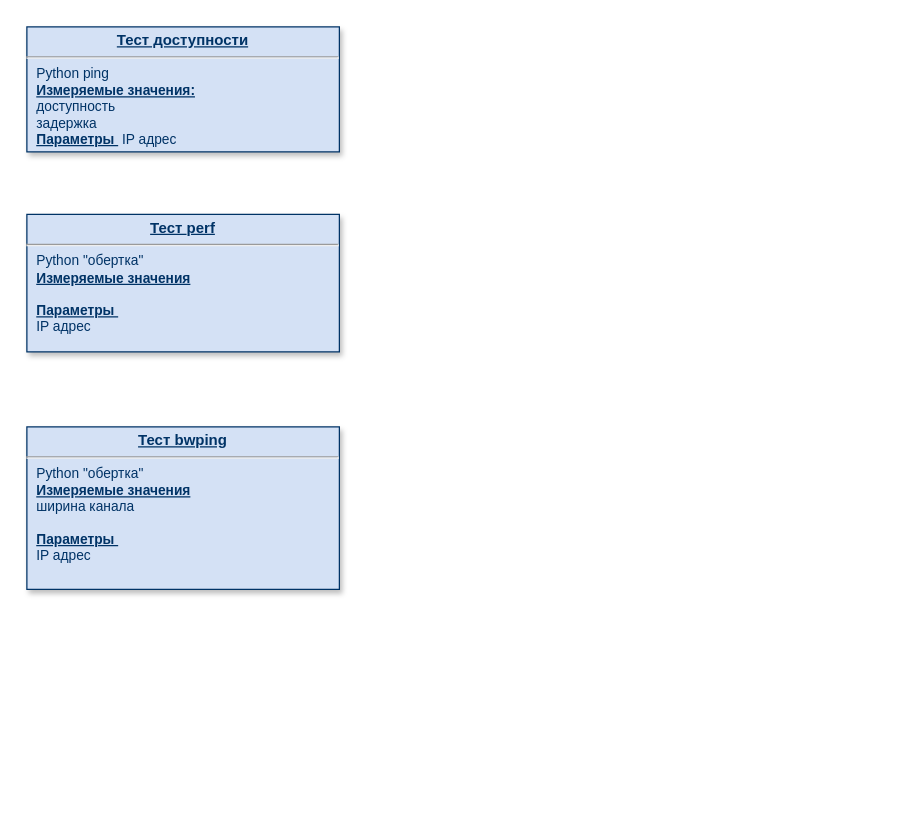
Before: page "Tests Descr" (3 of 3) of Probe_structure.drawio in AndrewGlushchenko/Rest-APU-Py, a draw.io diagram. Source tidied: cells renumbered, new cells numbered last; positions are measured from the earlier drawing's top-left corner, leaving out a move shared by most shapes. Both pictures are drawn from the tidied source at 125%, with x=0, y=0 at pixel (26, 26).
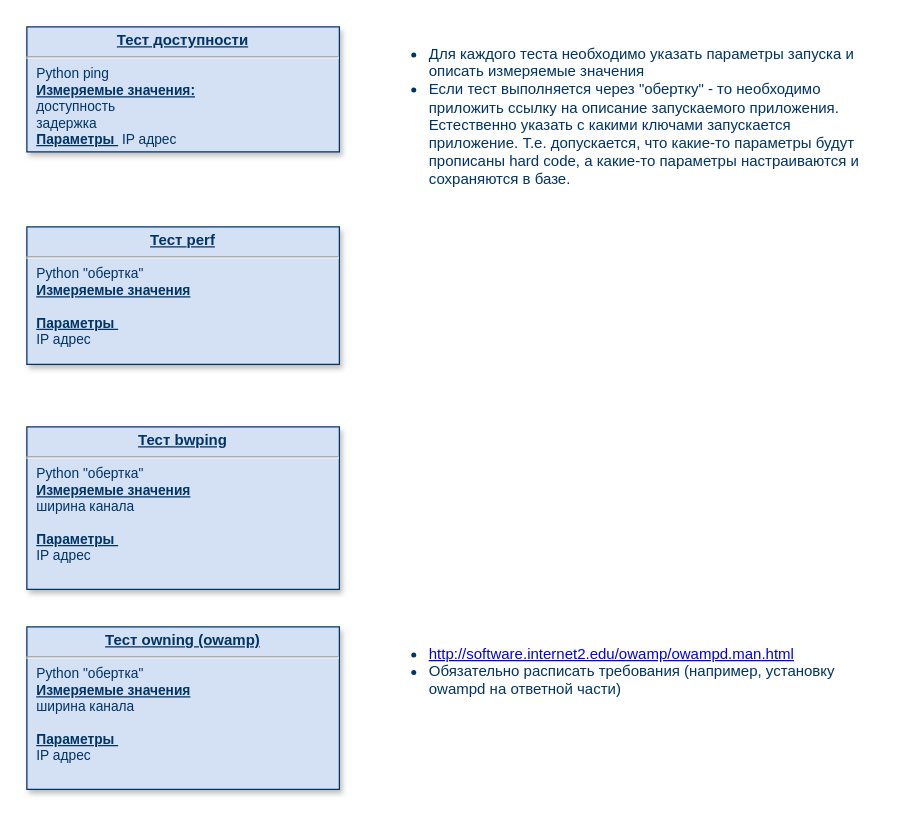
After the change.

What changed in the source:
```diff
@@
 <mxGraphModel>
   <root>
     <mxCell id="0" />
     <mxCell id="1" parent="0" />
     <mxCell id="2" value="&lt;p style=&quot;margin: 0px ; margin-top: 4px ; text-align: center ; text-decoration: underline&quot;&gt;&lt;b&gt;Тест доступности&lt;/b&gt;&lt;/p&gt;&lt;hr style=&quot;font-size: 11px&quot;&gt;&lt;p style=&quot;margin: 0px 0px 0px 8px ; font-size: 11px&quot;&gt;&lt;font style=&quot;font-size: 11px&quot;&gt;Python ping&amp;nbsp;&lt;/font&gt;&lt;/p&gt;&lt;p style=&quot;margin: 0px 0px 0px 8px ; font-size: 11px&quot;&gt;&lt;u&gt;&lt;b&gt;Измеряемые значения:&lt;/b&gt;&lt;/u&gt;&lt;/p&gt;&lt;p style=&quot;margin: 0px 0px 0px 8px ; font-size: 11px&quot;&gt;доступность&amp;nbsp;&lt;/p&gt;&lt;p style=&quot;margin: 0px 0px 0px 8px ; font-size: 11px&quot;&gt;&lt;font style=&quot;font-size: 11px&quot;&gt;задержка&lt;/font&gt;&lt;/p&gt;&lt;p style=&quot;margin: 0px 0px 0px 8px ; font-size: 11px&quot;&gt;&lt;font style=&quot;font-size: 11px&quot;&gt;&lt;b style=&quot;text-decoration: underline&quot;&gt;Параметры &lt;/b&gt;&amp;nbsp;IP адрес&lt;/font&gt;&lt;/p&gt;" style="verticalAlign=top;align=left;overflow=fill;fontSize=12;fontFamily=Helvetica;html=1;strokeColor=#003366;shadow=1;fillColor=#D4E1F5;fontColor=#003366;" parent="1" vertex="1">
       <mxGeometry width="250" height="100" as="geometry" />
     </mxCell>
     <mxCell id="3" value="&lt;p style=&quot;margin: 4px 0px 0px ; text-align: center&quot;&gt;&lt;b style=&quot;text-decoration: underline&quot;&gt;Тест&amp;nbsp;&lt;/b&gt;&lt;b&gt;&lt;u&gt;perf&lt;/u&gt;&lt;/b&gt;&lt;/p&gt;&lt;hr style=&quot;font-size: 11px&quot;&gt;&lt;p style=&quot;margin: 0px 0px 0px 8px ; font-size: 11px&quot;&gt;&lt;font style=&quot;font-size: 11px&quot;&gt;Python &quot;обертка&quot;&amp;nbsp;&lt;/font&gt;&lt;/p&gt;&lt;p style=&quot;margin: 0px 0px 0px 8px ; font-size: 11px&quot;&gt;&lt;u&gt;&lt;b&gt;Измеряемые значения&lt;/b&gt;&lt;/u&gt;&lt;/p&gt;&lt;p style=&quot;margin: 0px 0px 0px 8px ; font-size: 11px&quot;&gt;&lt;b style=&quot;text-decoration: underline&quot;&gt;&lt;br&gt;&lt;/b&gt;&lt;/p&gt;&lt;p style=&quot;margin: 0px 0px 0px 8px ; font-size: 11px&quot;&gt;&lt;b style=&quot;text-decoration: underline&quot;&gt;Параметры &lt;/b&gt;&amp;nbsp;&lt;/p&gt;&lt;p style=&quot;margin: 0px 0px 0px 8px ; font-size: 11px&quot;&gt;IP адрес&lt;br&gt;&lt;/p&gt;" style="verticalAlign=top;align=left;overflow=fill;fontSize=12;fontFamily=Helvetica;html=1;strokeColor=#003366;shadow=1;fillColor=#D4E1F5;fontColor=#003366;" parent="1" vertex="1">
-      <mxGeometry y="150" width="250" height="110" as="geometry" />
+      <mxGeometry y="160" width="250" height="110" as="geometry" />
     </mxCell>
     <mxCell id="4" value="&lt;p style=&quot;margin: 0px ; margin-top: 4px ; text-align: center ; text-decoration: underline&quot;&gt;&lt;b&gt;Тест bwping&lt;/b&gt;&lt;/p&gt;&lt;hr style=&quot;font-size: 11px&quot;&gt;&lt;p style=&quot;margin: 0px 0px 0px 8px ; font-size: 11px&quot;&gt;Python &quot;обертка&quot;&amp;nbsp;&lt;/p&gt;&lt;p style=&quot;margin: 0px 0px 0px 8px ; font-size: 11px&quot;&gt;&lt;u&gt;&lt;b&gt;Измеряемые значения&lt;/b&gt;&lt;/u&gt;&lt;/p&gt;&lt;p style=&quot;margin: 0px 0px 0px 8px ; font-size: 11px&quot;&gt;ширина канала&lt;/p&gt;&lt;p style=&quot;margin: 0px 0px 0px 8px ; font-size: 11px&quot;&gt;&lt;u&gt;&lt;b&gt;&lt;br&gt;&lt;/b&gt;&lt;/u&gt;&lt;/p&gt;&lt;p style=&quot;margin: 0px 0px 0px 8px ; font-size: 11px&quot;&gt;&lt;font style=&quot;font-size: 11px&quot;&gt;&lt;b style=&quot;text-decoration: underline&quot;&gt;Параметры &lt;/b&gt;&amp;nbsp;&lt;/font&gt;&lt;/p&gt;&lt;p style=&quot;margin: 0px 0px 0px 8px ; font-size: 11px&quot;&gt;&lt;font style=&quot;font-size: 11px&quot;&gt;IP адрес&lt;/font&gt;&lt;/p&gt;" style="verticalAlign=top;align=left;overflow=fill;fontSize=12;fontFamily=Helvetica;html=1;strokeColor=#003366;shadow=1;fillColor=#D4E1F5;fontColor=#003366;" parent="1" vertex="1">
       <mxGeometry y="320" width="250" height="130" as="geometry" />
     </mxCell>
+    <mxCell id="5" value="&lt;ul&gt;&lt;li&gt;Для каждого теста необходимо указать параметры запуска и описать измеряемые значения&amp;nbsp;&lt;/li&gt;&lt;li&gt;Если тест выполняется через &quot;обертку&quot; - то необходимо приложить ссылку на описание запускаемого приложения. Естественно указать с какими ключами запускается приложение. Т.е. допускается, что какие-то параметры будут прописаны hard code, а какие-то параметры настраиваются и сохраняются в базе. &amp;nbsp;&lt;/li&gt;&lt;/ul&gt;" style="text;strokeColor=none;fillColor=none;html=1;whiteSpace=wrap;verticalAlign=middle;overflow=hidden;fontColor=#003366;" parent="1" vertex="1">
+      <mxGeometry x="280" width="406" height="130" as="geometry" />
+    </mxCell>
+    <mxCell id="6" value="&lt;p style=&quot;margin: 4px 0px 0px ; text-align: center&quot;&gt;&lt;b style=&quot;text-decoration: underline&quot;&gt;Тест&amp;nbsp;&lt;/b&gt;&lt;b&gt;&lt;u&gt;owning (owamp)&lt;/u&gt;&lt;/b&gt;&lt;/p&gt;&lt;hr style=&quot;font-size: 11px&quot;&gt;&lt;p style=&quot;margin: 0px 0px 0px 8px ; font-size: 11px&quot;&gt;Python &quot;обертка&quot;&amp;nbsp;&lt;/p&gt;&lt;p style=&quot;margin: 0px 0px 0px 8px ; font-size: 11px&quot;&gt;&lt;u&gt;&lt;b&gt;Измеряемые значения&lt;/b&gt;&lt;/u&gt;&lt;/p&gt;&lt;p style=&quot;margin: 0px 0px 0px 8px ; font-size: 11px&quot;&gt;ширина канала&lt;/p&gt;&lt;p style=&quot;margin: 0px 0px 0px 8px ; font-size: 11px&quot;&gt;&lt;u&gt;&lt;b&gt;&lt;br&gt;&lt;/b&gt;&lt;/u&gt;&lt;/p&gt;&lt;p style=&quot;margin: 0px 0px 0px 8px ; font-size: 11px&quot;&gt;&lt;font style=&quot;font-size: 11px&quot;&gt;&lt;b style=&quot;text-decoration: underline&quot;&gt;Параметры &lt;/b&gt;&amp;nbsp;&lt;/font&gt;&lt;/p&gt;&lt;p style=&quot;margin: 0px 0px 0px 8px ; font-size: 11px&quot;&gt;&lt;font style=&quot;font-size: 11px&quot;&gt;IP адрес&lt;/font&gt;&lt;/p&gt;" style="verticalAlign=top;align=left;overflow=fill;fontSize=12;fontFamily=Helvetica;html=1;strokeColor=#003366;shadow=1;fillColor=#D4E1F5;fontColor=#003366;" parent="1" vertex="1">
+      <mxGeometry y="480" width="250" height="130" as="geometry" />
+    </mxCell>
+    <mxCell id="7" value="&lt;ul&gt;&lt;li&gt;&lt;a href=&quot;data:page/id,GrHqj335WHxrijfu56YQ&quot;&gt;http://software.internet2.edu/owamp/owampd.man.html&lt;/a&gt;&lt;br&gt;&lt;/li&gt;&lt;li&gt;Обязательно расписать требования (например, установку owampd на ответной части)&lt;/li&gt;&lt;/ul&gt;" style="text;strokeColor=none;fillColor=none;html=1;whiteSpace=wrap;verticalAlign=middle;overflow=hidden;fontColor=#003366;" parent="1" vertex="1">
+      <mxGeometry x="280" y="480" width="406" height="70" as="geometry" />
+    </mxCell>
   </root>
 </mxGraphModel>
```
